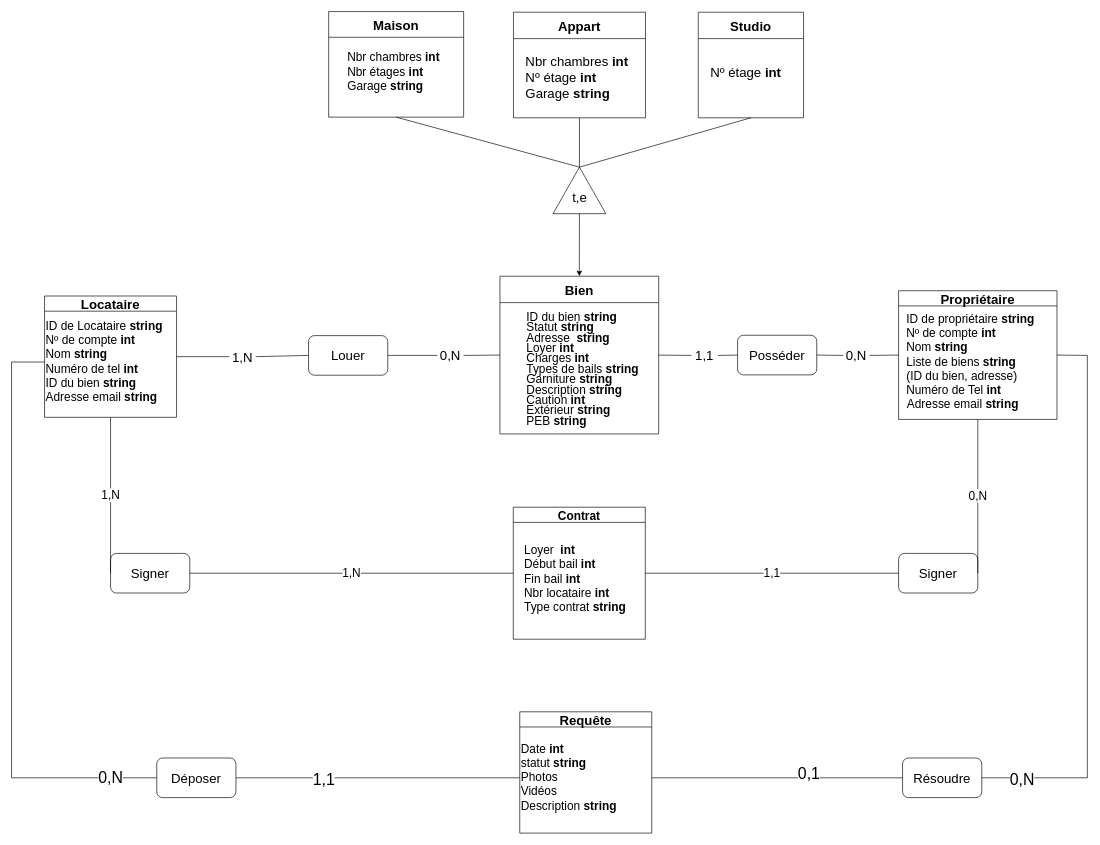
Before: page "Schéma entités-associations" (1 of 20) of Ko-loc (1).drawio in Julienthum/Co-Lock, a draw.io diagram. Source tidied: cells renumbered, new cells numbered last; positions are measured from the earlier drawing's top-left corner, leaving out a move shared by most shapes. Both pictures are drawn from the tidied source at 66%, with x=0, y=0 at pixel (11, 11).
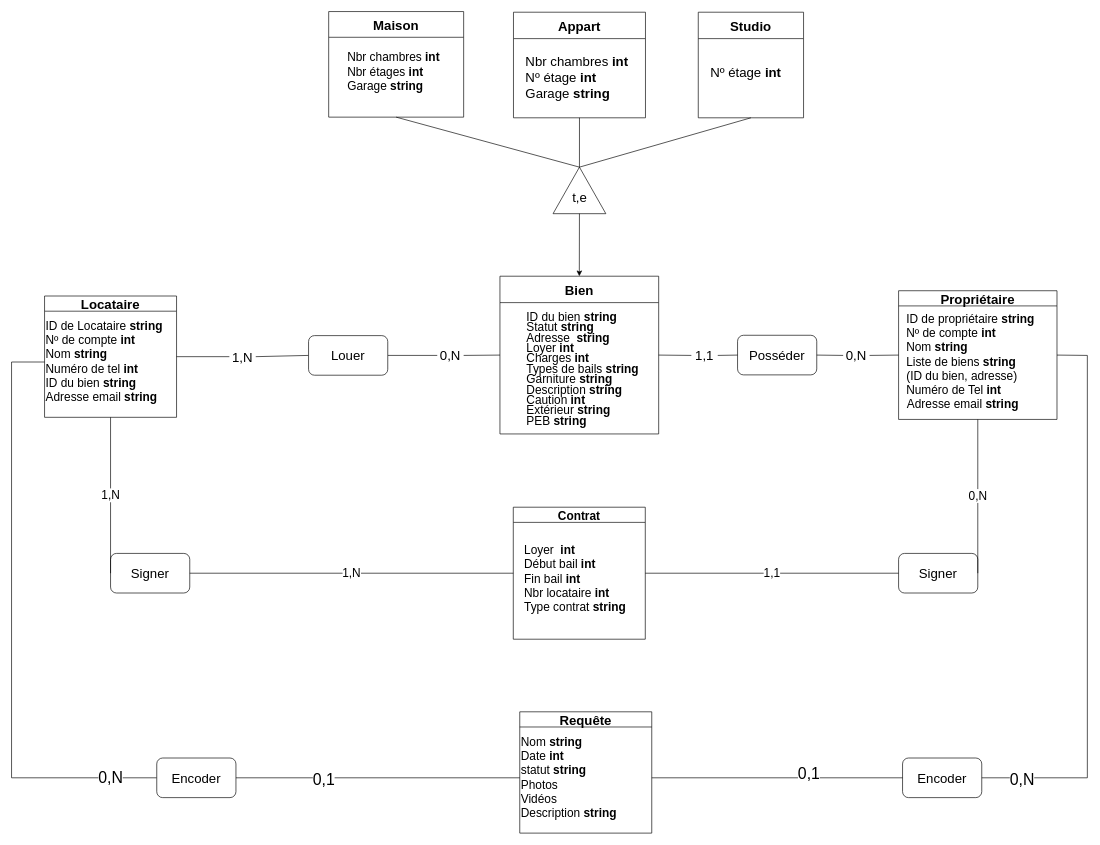
Above is the later version.

Unchanged cells that the change refers to:
```xml
<mxCell id="43" value="Requête" style="swimlane;fontSize=20;" parent="1" vertex="1">
  <mxGeometry x="770" y="1061" width="200" height="183.8" as="geometry" />
</mxCell>
<mxCell id="51" style="endArrow=none;html=1;rounded=0;exitX=1;exitY=0.5;exitDx=0;exitDy=0;entryX=0;entryY=0.5;entryDx=0;entryDy=0;" parent="1" edge="1" source="50" target="44">
  <mxGeometry relative="1" as="geometry" />
</mxCell>
```

Change to the diagram source:
```diff
@@
-    <mxCell id="44" value="&lt;p class=&quot;MsoListParagraphCxSpFirst&quot; style=&quot;margin: 0cm 0cm 0cm 36pt ; line-height: 15.6933px ; font-size: 11pt ; font-family: &amp;#34;calibri&amp;#34; , sans-serif ; text-indent: -18pt&quot;&gt;&lt;/p&gt;&lt;font style=&quot;font-size: 18px&quot;&gt;Date &lt;b&gt;int&lt;br&gt;&lt;/b&gt;statut &lt;b&gt;string&lt;/b&gt;&lt;br&gt;Photos&lt;br&gt;Vidéos&lt;br&gt;Description &lt;b&gt;string&lt;/b&gt;&lt;br&gt;&lt;/font&gt;" style="text;html=1;strokeColor=none;fillColor=none;align=left;verticalAlign=middle;whiteSpace=wrap;rounded=0;" parent="43" vertex="1">
+    <mxCell id="44" value="&lt;p class=&quot;MsoListParagraphCxSpFirst&quot; style=&quot;margin: 0cm 0cm 0cm 36pt ; line-height: 15.6933px ; font-size: 11pt ; font-family: &amp;#34;calibri&amp;#34; , sans-serif ; text-indent: -18pt&quot;&gt;&lt;/p&gt;&lt;font style=&quot;font-size: 18px&quot;&gt;Nom &lt;b&gt;string&lt;/b&gt;&lt;br&gt;Date &lt;b&gt;int&lt;br&gt;&lt;/b&gt;statut &lt;b&gt;string&lt;/b&gt;&lt;br&gt;Photos&lt;br&gt;Vidéos&lt;br&gt;Description &lt;b&gt;string&lt;/b&gt;&lt;br&gt;&lt;/font&gt;" style="text;html=1;strokeColor=none;fillColor=none;align=left;verticalAlign=middle;whiteSpace=wrap;rounded=0;" parent="43" vertex="1">
       <mxGeometry y="35" width="190" height="130" as="geometry" />
     </mxCell>
@@
-    <mxCell id="50" value="Déposer" style="rounded=1;whiteSpace=wrap;html=1;fontSize=20;" parent="1" vertex="1">
+    <mxCell id="50" value="Encoder" style="rounded=1;whiteSpace=wrap;html=1;fontSize=20;" parent="1" vertex="1">
       <mxGeometry x="220" y="1131" width="120" height="60" as="geometry" />
     </mxCell>
@@
-    <mxCell id="52" value="1,1" style="edgeLabel;html=1;align=center;verticalAlign=middle;fontSize=24;" parent="51" vertex="1">
+    <mxCell id="52" value="0,1" style="edgeLabel;html=1;align=center;verticalAlign=middle;fontSize=24;" parent="51" vertex="1">
       <mxGeometry x="-0.39" y="-2" relative="1" as="geometry">
         <mxPoint x="1" as="offset" />
       </mxGeometry>
     </mxCell>
-    <mxCell id="53" value="Résoudre" style="rounded=1;whiteSpace=wrap;html=1;fontSize=20;" parent="1" vertex="1">
+    <mxCell id="53" value="Encoder" style="rounded=1;whiteSpace=wrap;html=1;fontSize=20;" parent="1" vertex="1">
       <mxGeometry x="1350" y="1131" width="120" height="60" as="geometry" />
     </mxCell>
```
